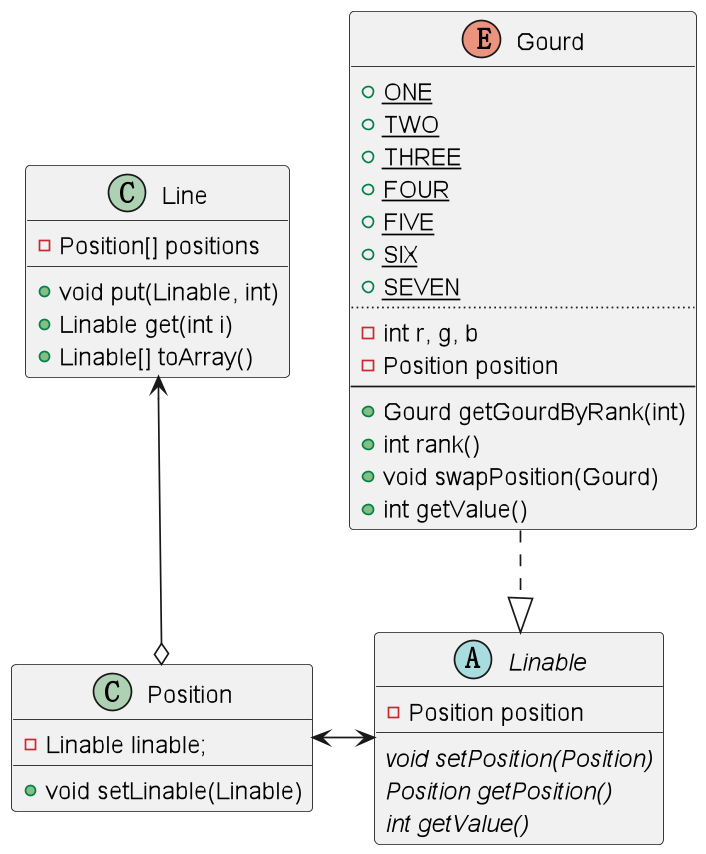
The PlantUML diagram imglib/javahw2/improved_class.png in Kekwy/kekwy.github.io, before a commit.
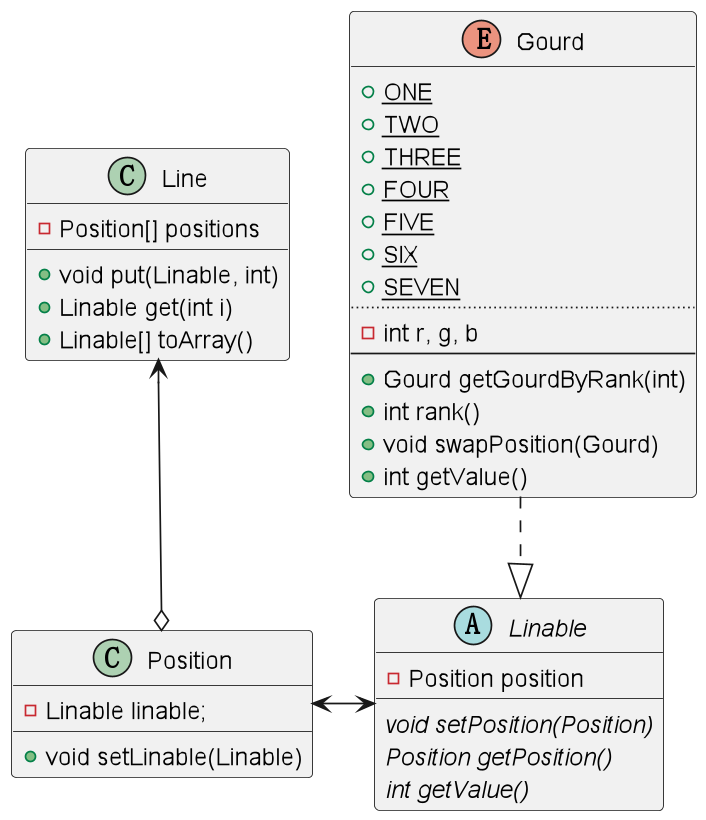
Above is the later version.

The edit, as a diff of the source:
```diff
@@ -29,7 +29,6 @@
     + {static}SEVEN
     ..
     - int r, g, b
-    - Position position
     --
     + Gourd getGourdByRank(int)
     + int rank()
```
